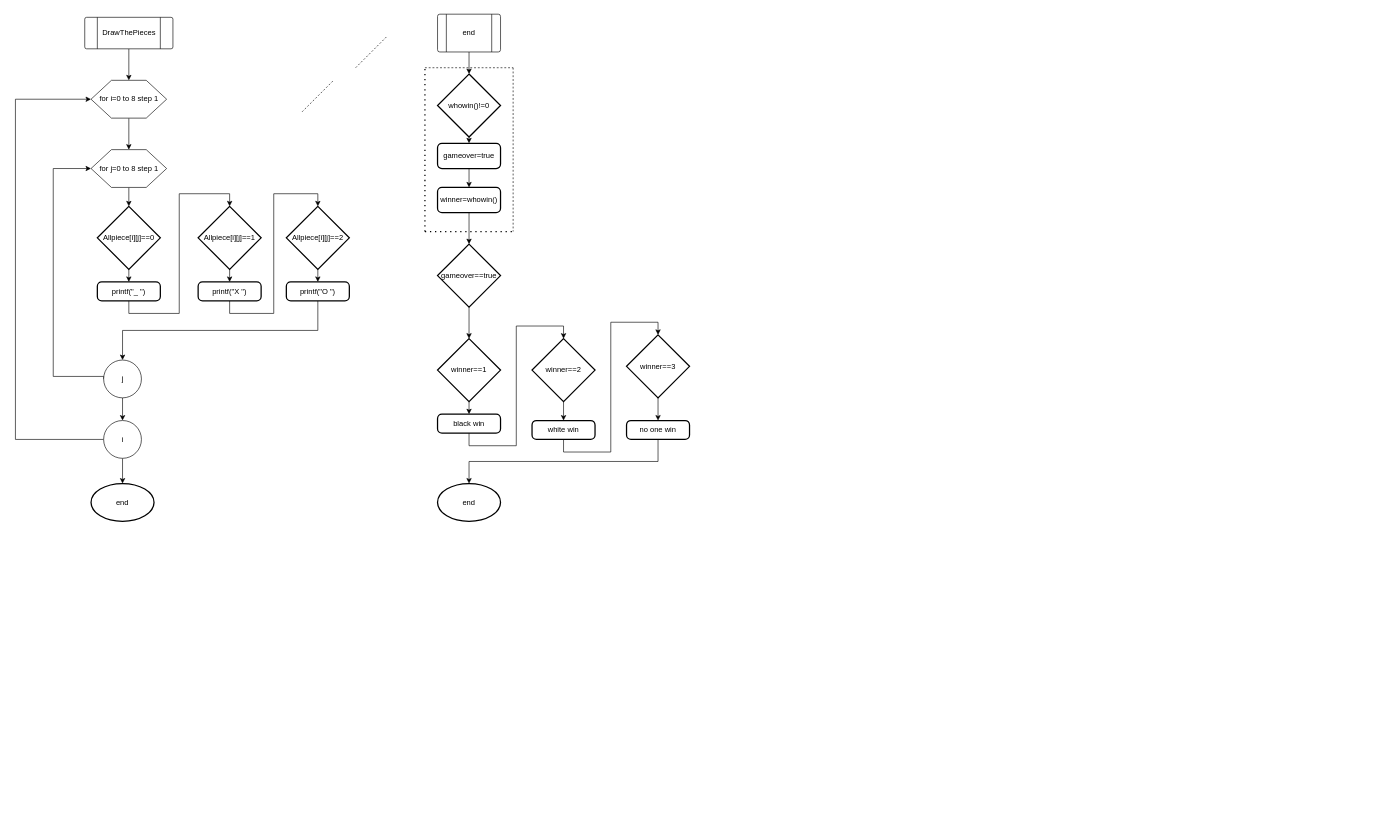
Before: finalproject.drawio in buddy53044/finalproject, a draw.io diagram. Source tidied: cells renumbered, new cells numbered last; positions are measured from the earlier drawing's top-left corner, leaving out a move shared by most shapes. Both pictures are drawn from the tidied source at 63%, with x=0, y=0 at pixel (15, 14).
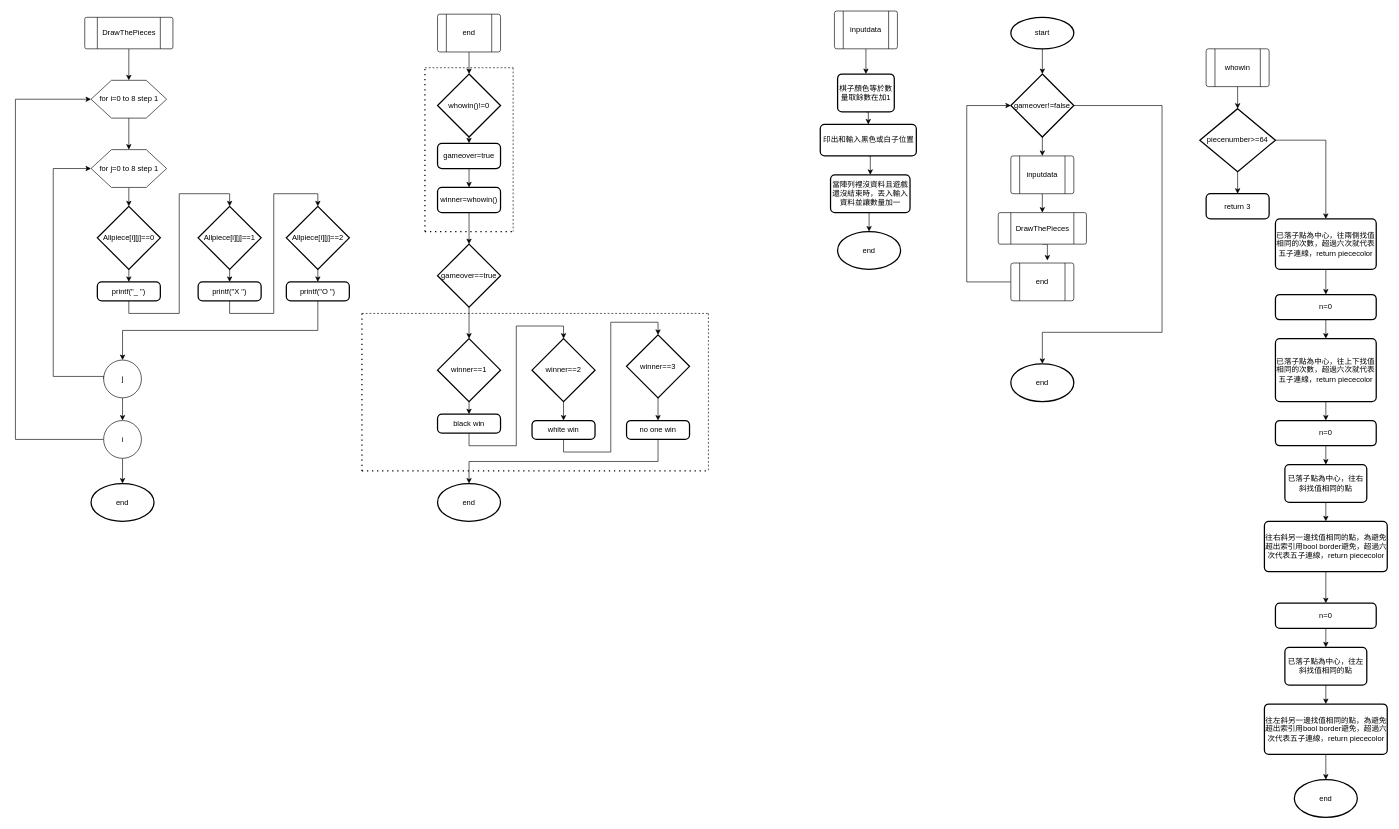
After the change.

Commit message (it also covers changes not shown here):
flow chart done

What changed in the source:
```diff
@@
-    <mxCell id="42" style="endArrow=none;dashed=1;html=1;" parent="1" edge="1">
-      <mxGeometry relative="1" as="geometry">
-        <mxPoint x="455" y="155" as="sourcePoint" />
-        <mxPoint x="505" y="105" as="targetPoint" />
-      </mxGeometry>
-    </mxCell>
-    <mxCell id="43" style="endArrow=none;dashed=1;html=1;" parent="1" edge="1">
-      <mxGeometry relative="1" as="geometry">
-        <mxPoint x="540" y="85" as="sourcePoint" />
-        <mxPoint x="590" y="35" as="targetPoint" />
-      </mxGeometry>
-    </mxCell>
@@
+    <mxCell id="56" style="endArrow=none;dashed=1;html=1;dashPattern=1 3;strokeWidth=2;" parent="1" edge="1">
+      <mxGeometry relative="1" as="geometry">
+        <mxPoint x="550" y="725" as="sourcePoint" />
+        <mxPoint x="550" y="475" as="targetPoint" />
+      </mxGeometry>
+    </mxCell>
+    <mxCell id="57" style="endArrow=none;dashed=1;html=1;dashPattern=1 3;strokeWidth=2;" parent="1" edge="1">
+      <mxGeometry relative="1" as="geometry">
+        <mxPoint x="550" y="725" as="sourcePoint" />
+        <mxPoint x="1100" y="725" as="targetPoint" />
+      </mxGeometry>
+    </mxCell>
+    <mxCell id="58" style="endArrow=none;dashed=1;html=1;" parent="1" edge="1">
+      <mxGeometry relative="1" as="geometry">
+        <mxPoint x="550" y="475" as="sourcePoint" />
+        <mxPoint x="1100" y="475" as="targetPoint" />
+      </mxGeometry>
+    </mxCell>
+    <mxCell id="59" style="endArrow=none;dashed=1;html=1;" parent="1" edge="1">
+      <mxGeometry relative="1" as="geometry">
+        <mxPoint x="1100" y="475" as="sourcePoint" />
+        <mxPoint x="1100" y="725" as="targetPoint" />
+      </mxGeometry>
+    </mxCell>
+    <mxCell id="60" style="edgeStyle=orthogonalEdgeStyle;rounded=0;jettySize=auto;html=1;exitX=0.5;exitY=1;exitDx=0;exitDy=0;entryX=0.5;entryY=0;entryDx=0;entryDy=0;" parent="1" edge="1" source="61" target="63">
+      <mxGeometry relative="1" as="geometry" />
+    </mxCell>
+    <mxCell id="61" value="inputdata" style="verticalLabelPosition=middle;verticalAlign=middle;html=1;shape=process;whiteSpace=wrap;rounded=1;size=0.14;arcSize=6;labelPosition=center;align=center;" parent="1" vertex="1">
+      <mxGeometry x="1300" y="-5" width="100" height="60" as="geometry" />
+    </mxCell>
+    <mxCell id="62" style="edgeStyle=orthogonalEdgeStyle;rounded=0;jettySize=auto;html=1;exitX=0.5;exitY=1;exitDx=0;exitDy=0;entryX=0.5;entryY=0;entryDx=0;entryDy=0;" parent="1" edge="1" source="63" target="65">
+      <mxGeometry relative="1" as="geometry" />
+    </mxCell>
+    <mxCell id="63" value="棋子顏色等於數量取餘數在加1" style="rounded=1;whiteSpace=wrap;html=1;absoluteArcSize=1;arcSize=14;strokeWidth=2;" parent="1" vertex="1">
+      <mxGeometry x="1305" y="95" width="90" height="60" as="geometry" />
+    </mxCell>
+    <mxCell id="64" style="edgeStyle=orthogonalEdgeStyle;rounded=0;jettySize=auto;html=1;exitX=0.5;exitY=1;exitDx=0;exitDy=0;entryX=0.5;entryY=0;entryDx=0;entryDy=0;" parent="1" edge="1" source="65" target="67">
+      <mxGeometry relative="1" as="geometry" />
+    </mxCell>
+    <mxCell id="65" value="印出和輸入黑色或白子位置" style="rounded=1;whiteSpace=wrap;html=1;absoluteArcSize=1;arcSize=14;strokeWidth=2;" parent="1" vertex="1">
+      <mxGeometry x="1277.5" y="175" width="152.5" height="50" as="geometry" />
+    </mxCell>
+    <mxCell id="66" style="edgeStyle=orthogonalEdgeStyle;rounded=0;jettySize=auto;html=1;exitX=0.5;exitY=1;exitDx=0;exitDy=0;entryX=0.5;entryY=0;entryDx=0;entryDy=0;entryPerimeter=0;" parent="1" edge="1" source="67" target="68">
+      <mxGeometry relative="1" as="geometry" />
+    </mxCell>
+    <mxCell id="67" value="當陣列裡沒資料且遊戲還沒結束時，丟入輸入資料並讓數量加一" style="rounded=1;whiteSpace=wrap;html=1;absoluteArcSize=1;arcSize=14;strokeWidth=2;" parent="1" vertex="1">
+      <mxGeometry x="1293.8" y="255" width="126.2" height="60" as="geometry" />
+    </mxCell>
+    <mxCell id="68" value="end" style="strokeWidth=2;html=1;shape=mxgraph.flowchart.start_1;whiteSpace=wrap;" parent="1" vertex="1">
+      <mxGeometry x="1305" y="345" width="100" height="60" as="geometry" />
+    </mxCell>
+    <mxCell id="69" style="edgeStyle=orthogonalEdgeStyle;rounded=0;jettySize=auto;html=1;exitX=0.5;exitY=1;exitDx=0;exitDy=0;exitPerimeter=0;entryX=0.5;entryY=0;entryDx=0;entryDy=0;entryPerimeter=0;" parent="1" edge="1" source="70" target="73">
+      <mxGeometry relative="1" as="geometry" />
+    </mxCell>
+    <mxCell id="70" value="start" style="strokeWidth=2;html=1;shape=mxgraph.flowchart.start_1;whiteSpace=wrap;" parent="1" vertex="1">
+      <mxGeometry x="1580" y="5" width="100" height="50" as="geometry" />
+    </mxCell>
+    <mxCell id="71" style="edgeStyle=orthogonalEdgeStyle;rounded=0;jettySize=auto;html=1;exitX=0.5;exitY=1;exitDx=0;exitDy=0;exitPerimeter=0;entryX=0.5;entryY=0;entryDx=0;entryDy=0;" parent="1" edge="1" source="73" target="75">
+      <mxGeometry relative="1" as="geometry" />
+    </mxCell>
+    <mxCell id="72" style="edgeStyle=orthogonalEdgeStyle;rounded=0;jettySize=auto;html=1;exitX=1;exitY=0.5;exitDx=0;exitDy=0;exitPerimeter=0;entryX=0.5;entryY=0;entryDx=0;entryDy=0;entryPerimeter=0;" parent="1" edge="1" source="73" target="80">
+      <mxGeometry relative="1" as="geometry">
+        <Array as="points">
+          <mxPoint x="1820" y="145" />
+          <mxPoint x="1820" y="505" />
+          <mxPoint x="1630" y="505" />
+        </Array>
+      </mxGeometry>
+    </mxCell>
+    <mxCell id="73" value="gameover!=false" style="strokeWidth=2;html=1;shape=mxgraph.flowchart.decision;whiteSpace=wrap;" parent="1" vertex="1">
+      <mxGeometry x="1580" y="95" width="100" height="100" as="geometry" />
+    </mxCell>
+    <mxCell id="74" style="edgeStyle=orthogonalEdgeStyle;rounded=0;jettySize=auto;html=1;exitX=0.5;exitY=1;exitDx=0;exitDy=0;entryX=0.5;entryY=0;entryDx=0;entryDy=0;" parent="1" edge="1" source="75" target="79">
+      <mxGeometry relative="1" as="geometry" />
+    </mxCell>
+    <mxCell id="75" value="inputdata" style="verticalLabelPosition=middle;verticalAlign=middle;html=1;shape=process;whiteSpace=wrap;rounded=1;size=0.14;arcSize=6;labelPosition=center;align=center;" parent="1" vertex="1">
+      <mxGeometry x="1580" y="225" width="100" height="60" as="geometry" />
+    </mxCell>
+    <mxCell id="76" style="edgeStyle=orthogonalEdgeStyle;rounded=0;jettySize=auto;html=1;exitX=0;exitY=0.5;exitDx=0;exitDy=0;entryX=0;entryY=0.5;entryDx=0;entryDy=0;entryPerimeter=0;" parent="1" edge="1" source="77" target="73">
+      <mxGeometry relative="1" as="geometry">
+        <Array as="points">
+          <mxPoint x="1510" y="425" />
+          <mxPoint x="1510" y="145" />
+        </Array>
+      </mxGeometry>
+    </mxCell>
+    <mxCell id="77" value="end" style="verticalLabelPosition=middle;verticalAlign=middle;html=1;shape=process;whiteSpace=wrap;rounded=1;size=0.14;arcSize=6;labelPosition=center;align=center;" parent="1" vertex="1">
+      <mxGeometry x="1580" y="395" width="100" height="60" as="geometry" />
+    </mxCell>
+    <mxCell id="78" style="edgeStyle=orthogonalEdgeStyle;rounded=0;jettySize=auto;html=1;exitX=0.5;exitY=1;exitDx=0;exitDy=0;entryX=0.58;entryY=-0.067;entryDx=0;entryDy=0;entryPerimeter=0;" parent="1" edge="1" source="79" target="77">
+      <mxGeometry relative="1" as="geometry" />
+    </mxCell>
+    <mxCell id="79" value="DrawThePieces" style="verticalLabelPosition=middle;verticalAlign=middle;html=1;shape=process;rounded=1;size=0.14;arcSize=6;whiteSpace=wrap;labelPosition=center;align=center;" parent="1" vertex="1">
+      <mxGeometry x="1560" y="315" width="140" height="50" as="geometry" />
+    </mxCell>
+    <mxCell id="80" value="end" style="strokeWidth=2;html=1;shape=mxgraph.flowchart.start_1;whiteSpace=wrap;" parent="1" vertex="1">
+      <mxGeometry x="1580" y="555" width="100" height="60" as="geometry" />
+    </mxCell>
+    <mxCell id="81" style="edgeStyle=orthogonalEdgeStyle;rounded=0;jettySize=auto;html=1;exitX=0.5;exitY=1;exitDx=0;exitDy=0;entryX=0.5;entryY=0;entryDx=0;entryDy=0;entryPerimeter=0;" parent="1" edge="1" source="82" target="85">
+      <mxGeometry relative="1" as="geometry" />
+    </mxCell>
+    <mxCell id="82" value="whowin" style="verticalLabelPosition=middle;verticalAlign=middle;html=1;shape=process;whiteSpace=wrap;rounded=1;size=0.14;arcSize=6;labelPosition=center;align=center;" parent="1" vertex="1">
+      <mxGeometry x="1890" y="55" width="100" height="60" as="geometry" />
+    </mxCell>
+    <mxCell id="83" style="edgeStyle=orthogonalEdgeStyle;rounded=0;jettySize=auto;html=1;exitX=0.5;exitY=1;exitDx=0;exitDy=0;exitPerimeter=0;entryX=0.5;entryY=0;entryDx=0;entryDy=0;" parent="1" edge="1" source="85" target="86">
+      <mxGeometry relative="1" as="geometry" />
+    </mxCell>
+    <mxCell id="84" style="edgeStyle=orthogonalEdgeStyle;rounded=0;jettySize=auto;html=1;exitX=1;exitY=0.5;exitDx=0;exitDy=0;exitPerimeter=0;entryX=0.5;entryY=0;entryDx=0;entryDy=0;" parent="1" edge="1" source="85" target="88">
+      <mxGeometry relative="1" as="geometry" />
+    </mxCell>
+    <mxCell id="85" value="piecenumber&amp;gt;=64" style="strokeWidth=2;html=1;shape=mxgraph.flowchart.decision;whiteSpace=wrap;" parent="1" vertex="1">
+      <mxGeometry x="1880" y="150" width="120" height="100" as="geometry" />
+    </mxCell>
+    <mxCell id="86" value="return 3" style="rounded=1;whiteSpace=wrap;html=1;absoluteArcSize=1;arcSize=14;strokeWidth=2;" parent="1" vertex="1">
+      <mxGeometry x="1890" y="285" width="100" height="40" as="geometry" />
+    </mxCell>
+    <mxCell id="87" style="edgeStyle=orthogonalEdgeStyle;rounded=0;jettySize=auto;html=1;exitX=0.5;exitY=1;exitDx=0;exitDy=0;entryX=0.5;entryY=0;entryDx=0;entryDy=0;" parent="1" edge="1" source="88" target="92">
+      <mxGeometry relative="1" as="geometry" />
+    </mxCell>
+    <mxCell id="88" value="已落子點為中心，往兩側找值相同的次數，超過六次就代表五子連線，return piececolor" style="rounded=1;whiteSpace=wrap;html=1;absoluteArcSize=1;arcSize=14;strokeWidth=2;" parent="1" vertex="1">
+      <mxGeometry x="2000" y="325" width="160" height="80" as="geometry" />
+    </mxCell>
+    <mxCell id="89" style="edgeStyle=orthogonalEdgeStyle;rounded=0;jettySize=auto;html=1;exitX=0.5;exitY=1;exitDx=0;exitDy=0;entryX=0.5;entryY=0;entryDx=0;entryDy=0;" parent="1" edge="1" source="90" target="94">
+      <mxGeometry relative="1" as="geometry" />
+    </mxCell>
+    <mxCell id="90" value="已落子點為中心，往上下找值相同的次數，超過六次就代表五子連線，return piececolor" style="rounded=1;whiteSpace=wrap;html=1;absoluteArcSize=1;arcSize=14;strokeWidth=2;" parent="1" vertex="1">
+      <mxGeometry x="2000" y="515" width="160" height="100" as="geometry" />
+    </mxCell>
+    <mxCell id="91" style="edgeStyle=orthogonalEdgeStyle;rounded=0;jettySize=auto;html=1;exitX=0.5;exitY=1;exitDx=0;exitDy=0;entryX=0.5;entryY=0;entryDx=0;entryDy=0;" parent="1" edge="1" source="92" target="90">
+      <mxGeometry relative="1" as="geometry" />
+    </mxCell>
+    <mxCell id="92" value="n=0" style="rounded=1;whiteSpace=wrap;html=1;absoluteArcSize=1;arcSize=14;strokeWidth=2;" parent="1" vertex="1">
+      <mxGeometry x="2000" y="445" width="160" height="40" as="geometry" />
+    </mxCell>
+    <mxCell id="93" style="edgeStyle=orthogonalEdgeStyle;rounded=0;jettySize=auto;html=1;exitX=0.5;exitY=1;exitDx=0;exitDy=0;entryX=0.5;entryY=0;entryDx=0;entryDy=0;" parent="1" edge="1" source="94" target="96">
+      <mxGeometry relative="1" as="geometry" />
+    </mxCell>
+    <mxCell id="94" value="n=0" style="rounded=1;whiteSpace=wrap;html=1;absoluteArcSize=1;arcSize=14;strokeWidth=2;" parent="1" vertex="1">
+      <mxGeometry x="2000" y="645" width="160" height="40" as="geometry" />
+    </mxCell>
+    <mxCell id="95" style="edgeStyle=orthogonalEdgeStyle;rounded=0;jettySize=auto;html=1;exitX=0.5;exitY=1;exitDx=0;exitDy=0;entryX=0.5;entryY=0;entryDx=0;entryDy=0;" parent="1" edge="1" source="96" target="98">
+      <mxGeometry relative="1" as="geometry" />
+    </mxCell>
+    <mxCell id="96" value="已落子點為中心，往右斜找值相同的點" style="rounded=1;whiteSpace=wrap;html=1;absoluteArcSize=1;arcSize=14;strokeWidth=2;" parent="1" vertex="1">
+      <mxGeometry x="2015" y="715" width="130" height="60" as="geometry" />
+    </mxCell>
+    <mxCell id="97" style="edgeStyle=orthogonalEdgeStyle;rounded=0;jettySize=auto;html=1;exitX=0.5;exitY=1;exitDx=0;exitDy=0;entryX=0.5;entryY=0;entryDx=0;entryDy=0;" parent="1" edge="1" source="98" target="100">
+      <mxGeometry relative="1" as="geometry" />
+    </mxCell>
+    <mxCell id="98" value="往右斜另一邊找值相同的點，為避免超出索引用bool border避免，超過六次代表五子連線，return piececolor" style="rounded=1;whiteSpace=wrap;html=1;absoluteArcSize=1;arcSize=14;strokeWidth=2;" parent="1" vertex="1">
+      <mxGeometry x="1982.5" y="805" width="195" height="80" as="geometry" />
+    </mxCell>
+    <mxCell id="99" style="edgeStyle=orthogonalEdgeStyle;rounded=0;jettySize=auto;html=1;exitX=0.5;exitY=1;exitDx=0;exitDy=0;entryX=0.5;entryY=0;entryDx=0;entryDy=0;" parent="1" edge="1" source="100" target="102">
+      <mxGeometry relative="1" as="geometry" />
+    </mxCell>
+    <mxCell id="100" value="n=0" style="rounded=1;whiteSpace=wrap;html=1;absoluteArcSize=1;arcSize=14;strokeWidth=2;" parent="1" vertex="1">
+      <mxGeometry x="2000" y="935" width="160" height="40" as="geometry" />
+    </mxCell>
+    <mxCell id="101" style="edgeStyle=orthogonalEdgeStyle;rounded=0;jettySize=auto;html=1;exitX=0.5;exitY=1;exitDx=0;exitDy=0;entryX=0.5;entryY=0;entryDx=0;entryDy=0;" parent="1" edge="1" source="102" target="104">
+      <mxGeometry relative="1" as="geometry" />
+    </mxCell>
+    <mxCell id="102" value="已落子點為中心，往左斜找值相同的點" style="rounded=1;whiteSpace=wrap;html=1;absoluteArcSize=1;arcSize=14;strokeWidth=2;" parent="1" vertex="1">
+      <mxGeometry x="2015" y="1005" width="130" height="60" as="geometry" />
+    </mxCell>
+    <mxCell id="103" style="edgeStyle=orthogonalEdgeStyle;rounded=0;jettySize=auto;html=1;exitX=0.5;exitY=1;exitDx=0;exitDy=0;entryX=0.5;entryY=0;entryDx=0;entryDy=0;entryPerimeter=0;" parent="1" edge="1" source="104" target="105">
+      <mxGeometry relative="1" as="geometry" />
+    </mxCell>
+    <mxCell id="104" value="往左斜另一邊找值相同的點，為避免超出索引用bool border避免，超過六次代表五子連線，return piececolor" style="rounded=1;whiteSpace=wrap;html=1;absoluteArcSize=1;arcSize=14;strokeWidth=2;" parent="1" vertex="1">
+      <mxGeometry x="1982.5" y="1095" width="195" height="80" as="geometry" />
+    </mxCell>
+    <mxCell id="105" value="end" style="strokeWidth=2;html=1;shape=mxgraph.flowchart.start_1;whiteSpace=wrap;" parent="1" vertex="1">
+      <mxGeometry x="2030" y="1215" width="100" height="60" as="geometry" />
+    </mxCell>
```
